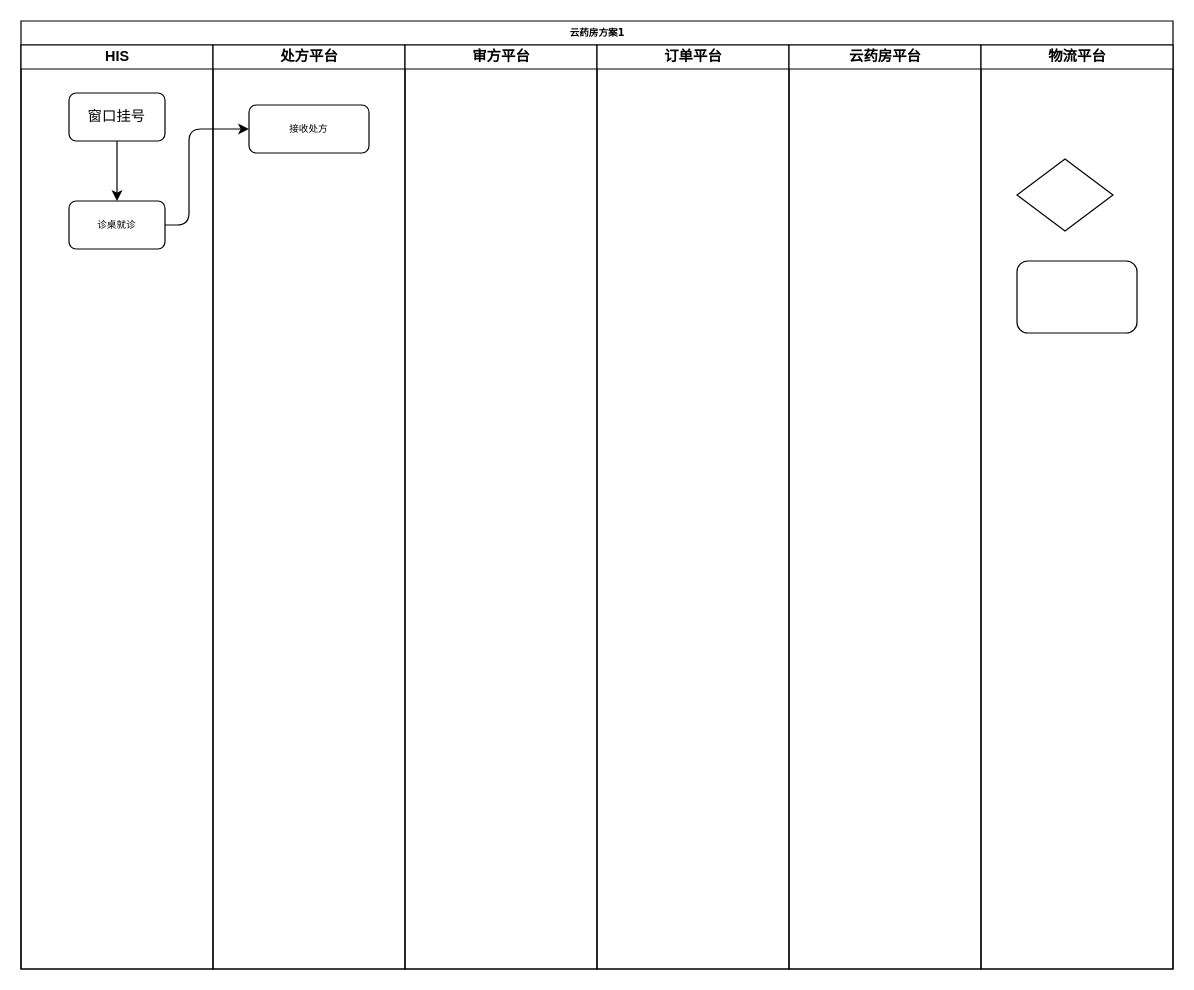
The draw.io diagram page "方案1" (1 of 6) of designChart/微医_流程图_云药房.drawio in cssyusyu/MyDesignDocument, before the edit. Source tidied: cells renumbered, new cells numbered last; positions are measured from the earlier drawing's top-left corner, leaving out a move shared by most shapes. Both pictures are drawn from the tidied source at 120%, with x=0, y=0 at pixel (20, 20).
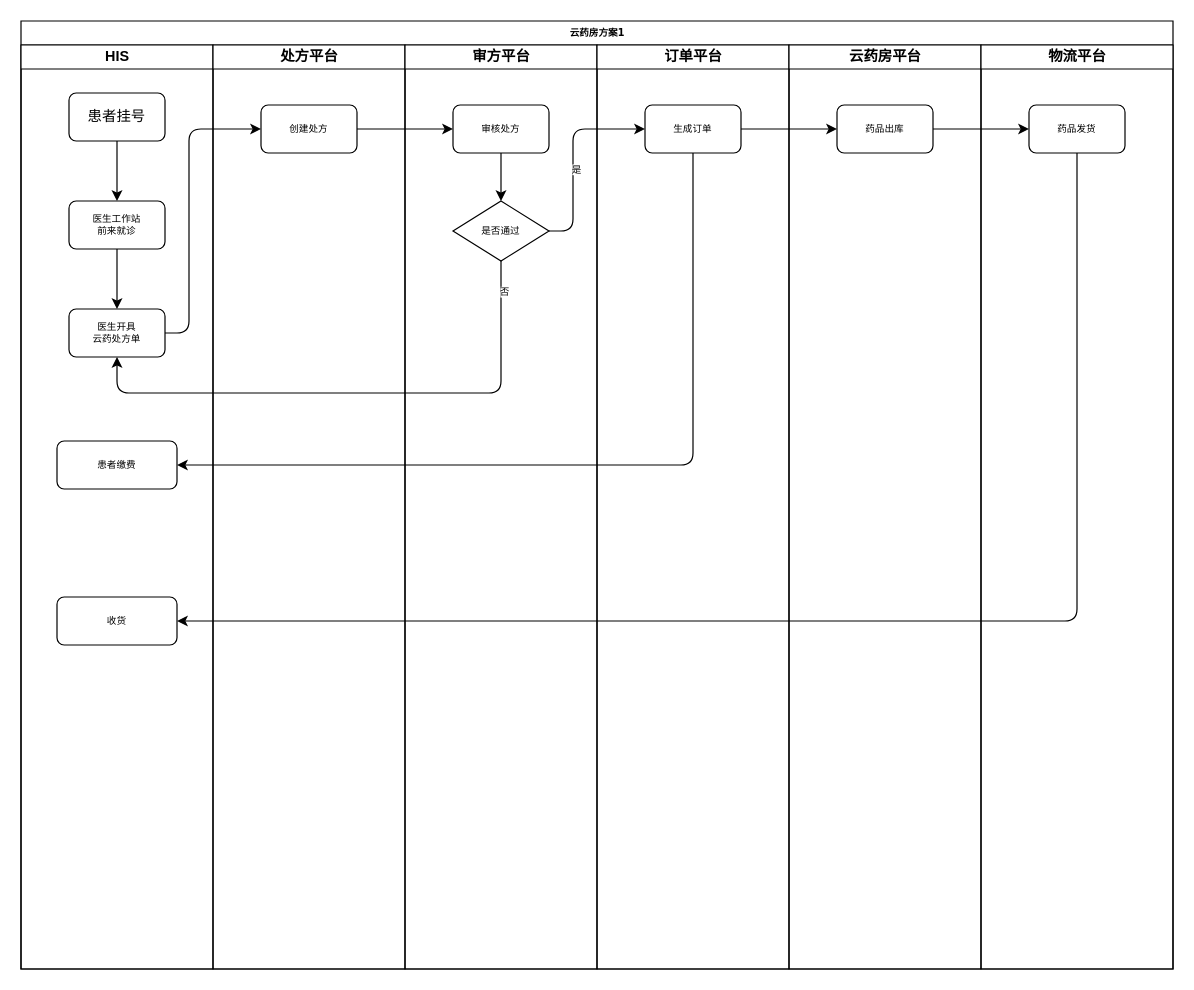
Above is the later version.

Unchanged cells that the change refers to:
```xml
<mxCell id="2" value="云药房方案1" style="swimlane;html=1;startSize=20;rounded=0;shadow=0;labelBackgroundColor=none;strokeWidth=1;fontFamily=Verdana;fontSize=8;align=center;" parent="1" vertex="1">
  <mxGeometry width="960" height="790" as="geometry" />
</mxCell>
<mxCell id="3" value="HIS" style="swimlane;html=1;startSize=20;" parent="2" vertex="1">
  <mxGeometry y="20" width="160" height="770" as="geometry" />
</mxCell>
<mxCell id="6" value="处方平台" style="swimlane;html=1;startSize=20;" parent="2" vertex="1">
  <mxGeometry x="160" y="20" width="160" height="770" as="geometry" />
</mxCell>
<mxCell id="8" value="审方平台" style="swimlane;html=1;startSize=20;" parent="2" vertex="1">
  <mxGeometry x="320" y="20" width="160" height="770" as="geometry" />
</mxCell>
<mxCell id="9" value="订单平台" style="swimlane;html=1;startSize=20;" parent="2" vertex="1">
  <mxGeometry x="480" y="20" width="160" height="770" as="geometry" />
</mxCell>
<mxCell id="10" value="云药房平台" style="swimlane;html=1;startSize=20;" parent="2" vertex="1">
  <mxGeometry x="640" y="20" width="160" height="770" as="geometry" />
</mxCell>
<mxCell id="11" value="物流平台" style="swimlane;html=1;startSize=20;" parent="2" vertex="1">
  <mxGeometry x="800" y="20" width="160" height="770" as="geometry" />
</mxCell>
```

Change to the diagram source:
```diff
@@
-    <mxCell id="4" value="&lt;font style=&quot;font-size: 12px&quot;&gt;窗口挂号&lt;/font&gt;" style="rounded=1;whiteSpace=wrap;html=1;shadow=0;labelBackgroundColor=none;strokeWidth=1;fontFamily=Verdana;fontSize=8;align=center;spacing=2;" parent="3" vertex="1">
+    <mxCell id="4" value="&lt;font style=&quot;font-size: 12px&quot;&gt;患者挂号&lt;/font&gt;" style="rounded=1;whiteSpace=wrap;html=1;shadow=0;labelBackgroundColor=none;strokeWidth=1;fontFamily=Verdana;fontSize=8;align=center;spacing=2;" parent="3" vertex="1">
       <mxGeometry x="40" y="40" width="80" height="40" as="geometry" />
     </mxCell>
-    <mxCell id="5" value="诊桌就诊" style="rounded=1;whiteSpace=wrap;html=1;shadow=0;labelBackgroundColor=none;strokeWidth=1;fontFamily=Verdana;fontSize=8;align=center;spacing=2;" parent="3" vertex="1">
+    <mxCell id="5" value="医生工作站&lt;br&gt;前来就诊" style="rounded=1;whiteSpace=wrap;html=1;shadow=0;labelBackgroundColor=none;strokeWidth=1;fontFamily=Verdana;fontSize=8;align=center;spacing=2;" parent="3" vertex="1">
       <mxGeometry x="40" y="130" width="80" height="40" as="geometry" />
     </mxCell>
+    <mxCell id="16" style="endArrow=classic;html=1;fontSize=8;fontColor=#000000;exitX=0.5;exitY=1;exitDx=0;exitDy=0;" parent="3" edge="1" source="5" target="19">
+      <mxGeometry relative="1" as="geometry" />
+    </mxCell>
+    <mxCell id="17" value="患者缴费" style="rounded=1;whiteSpace=wrap;html=1;shadow=0;labelBackgroundColor=none;strokeWidth=1;fontFamily=Verdana;fontSize=8;align=center;spacing=2;" parent="3" vertex="1">
+      <mxGeometry x="30" y="330" width="100" height="40" as="geometry" />
+    </mxCell>
+    <mxCell id="18" value="收货" style="rounded=1;whiteSpace=wrap;html=1;shadow=0;labelBackgroundColor=none;strokeWidth=1;fontFamily=Verdana;fontSize=8;align=center;spacing=2;" parent="3" vertex="1">
+      <mxGeometry x="30" y="460" width="100" height="40" as="geometry" />
+    </mxCell>
+    <mxCell id="19" value="医生开具&lt;br&gt;云药处方单" style="rounded=1;whiteSpace=wrap;html=1;shadow=0;labelBackgroundColor=none;strokeWidth=1;fontFamily=Verdana;fontSize=8;align=center;spacing=2;" parent="3" vertex="1">
+      <mxGeometry x="40" y="220" width="80" height="40" as="geometry" />
+    </mxCell>
@@
-    <mxCell id="7" value="接收处方" style="rounded=1;whiteSpace=wrap;html=1;shadow=0;labelBackgroundColor=none;strokeWidth=1;fontFamily=Verdana;fontSize=8;align=center;spacing=2;" parent="6" vertex="1">
-      <mxGeometry x="30" y="50" width="100" height="40" as="geometry" />
+    <mxCell id="7" value="创建处方" style="rounded=1;whiteSpace=wrap;html=1;shadow=0;labelBackgroundColor=none;strokeWidth=1;fontFamily=Verdana;fontSize=8;align=center;spacing=2;" parent="6" vertex="1">
+      <mxGeometry x="40" y="50" width="80" height="40" as="geometry" />
     </mxCell>
@@
+    <mxCell id="20" value="审核处方" style="rounded=1;whiteSpace=wrap;html=1;shadow=0;labelBackgroundColor=none;strokeWidth=1;fontFamily=Verdana;fontSize=8;align=center;spacing=2;" parent="8" vertex="1">
+      <mxGeometry x="40" y="50" width="80" height="40" as="geometry" />
+    </mxCell>
+    <mxCell id="21" value="是否通过" style="rhombus;whiteSpace=wrap;html=1;rounded=0;shadow=0;labelBackgroundColor=none;strokeWidth=1;fontFamily=Verdana;fontSize=8;align=center;" parent="8" vertex="1">
+      <mxGeometry x="40" y="130" width="80" height="50" as="geometry" />
+    </mxCell>
+    <mxCell id="22" style="endArrow=classic;html=1;fontSize=8;fontColor=#000000;exitX=0.5;exitY=1;exitDx=0;exitDy=0;entryX=0.5;entryY=0;entryDx=0;entryDy=0;" parent="8" edge="1" source="20" target="21">
+      <mxGeometry relative="1" as="geometry" />
+    </mxCell>
@@
+    <mxCell id="23" value="生成订单" style="rounded=1;whiteSpace=wrap;html=1;shadow=0;labelBackgroundColor=none;strokeWidth=1;fontFamily=Verdana;fontSize=8;align=center;spacing=2;" parent="9" vertex="1">
+      <mxGeometry x="40" y="50" width="80" height="40" as="geometry" />
+    </mxCell>
@@
+    <mxCell id="24" value="药品出库" style="rounded=1;whiteSpace=wrap;html=1;shadow=0;labelBackgroundColor=none;strokeWidth=1;fontFamily=Verdana;fontSize=8;align=center;spacing=2;" parent="10" vertex="1">
+      <mxGeometry x="40" y="50" width="80" height="40" as="geometry" />
+    </mxCell>
@@
-    <mxCell id="12" style="rounded=1;whiteSpace=wrap;html=1;shadow=0;labelBackgroundColor=none;strokeWidth=1;fontFamily=Verdana;fontSize=8;align=center;" parent="11" vertex="1">
-      <mxGeometry x="30" y="180" width="100" height="60" as="geometry" />
-    </mxCell>
-    <mxCell id="13" style="rhombus;whiteSpace=wrap;html=1;rounded=0;shadow=0;labelBackgroundColor=none;strokeWidth=1;fontFamily=Verdana;fontSize=8;align=center;" parent="11" vertex="1">
-      <mxGeometry x="30" y="95" width="80" height="60" as="geometry" />
-    </mxCell>
+    <mxCell id="25" value="药品发货" style="rounded=1;whiteSpace=wrap;html=1;shadow=0;labelBackgroundColor=none;strokeWidth=1;fontFamily=Verdana;fontSize=8;align=center;spacing=2;" parent="11" vertex="1">
+      <mxGeometry x="40" y="50" width="80" height="40" as="geometry" />
+    </mxCell>
-    <mxCell id="14" style="endArrow=classic;html=1;fontSize=8;fontColor=#000000;exitX=1;exitY=0.5;exitDx=0;exitDy=0;entryX=0;entryY=0.5;entryDx=0;entryDy=0;edgeStyle=orthogonalEdgeStyle;" parent="2" edge="1" source="5" target="7">
+    <mxCell id="14" style="endArrow=classic;html=1;fontSize=8;fontColor=#000000;exitX=1;exitY=0.5;exitDx=0;exitDy=0;entryX=0;entryY=0.5;entryDx=0;entryDy=0;edgeStyle=orthogonalEdgeStyle;" parent="2" edge="1" source="19" target="7">
       <mxGeometry relative="1" as="geometry">
         <Array as="points">
-          <mxPoint x="140" y="170" />
+          <mxPoint x="140" y="260" />
           <mxPoint x="140" y="90" />
         </Array>
       </mxGeometry>
     </mxCell>
+    <mxCell id="26" style="endArrow=classic;html=1;fontSize=8;fontColor=#000000;exitX=1;exitY=0.5;exitDx=0;exitDy=0;entryX=0;entryY=0.5;entryDx=0;entryDy=0;" parent="2" edge="1" source="7" target="20">
+      <mxGeometry relative="1" as="geometry" />
+    </mxCell>
+    <mxCell id="27" style="endArrow=classic;html=1;fontSize=8;fontColor=#000000;exitX=1;exitY=0.5;exitDx=0;exitDy=0;entryX=0;entryY=0.5;entryDx=0;entryDy=0;edgeStyle=orthogonalEdgeStyle;" parent="2" edge="1" source="21" target="23">
+      <mxGeometry relative="1" as="geometry">
+        <Array as="points">
+          <mxPoint x="460" y="175" />
+          <mxPoint x="460" y="90" />
+        </Array>
+      </mxGeometry>
+    </mxCell>
+    <mxCell id="28" value="是" style="edgeLabel;html=1;align=center;verticalAlign=middle;fontSize=8;fontColor=#000000;" parent="27" vertex="1">
+      <mxGeometry x="-0.13" y="-2" relative="1" as="geometry" />
+    </mxCell>
+    <mxCell id="29" style="endArrow=classic;html=1;fontSize=8;fontColor=#000000;exitX=1;exitY=0.5;exitDx=0;exitDy=0;" parent="2" edge="1" source="23" target="24">
+      <mxGeometry relative="1" as="geometry" />
+    </mxCell>
+    <mxCell id="30" style="endArrow=classic;html=1;fontSize=8;fontColor=#000000;exitX=1;exitY=0.5;exitDx=0;exitDy=0;entryX=0;entryY=0.5;entryDx=0;entryDy=0;" parent="2" edge="1" source="24" target="25">
+      <mxGeometry relative="1" as="geometry" />
+    </mxCell>
+    <mxCell id="31" style="endArrow=classic;html=1;fontSize=8;fontColor=#000000;entryX=0.5;entryY=1;entryDx=0;entryDy=0;exitX=0.5;exitY=1;exitDx=0;exitDy=0;edgeStyle=orthogonalEdgeStyle;" parent="2" edge="1" source="21" target="19">
+      <mxGeometry relative="1" as="geometry">
+        <Array as="points">
+          <mxPoint x="400" y="310" />
+          <mxPoint x="80" y="310" />
+        </Array>
+      </mxGeometry>
+    </mxCell>
+    <mxCell id="32" value="否" style="edgeLabel;html=1;align=center;verticalAlign=middle;fontSize=8;fontColor=#000000;" parent="31" vertex="1">
+      <mxGeometry x="-0.89" y="2" relative="1" as="geometry" />
+    </mxCell>
+    <mxCell id="33" style="endArrow=classic;html=1;fontSize=8;fontColor=#000000;exitX=0.5;exitY=1;exitDx=0;exitDy=0;entryX=1;entryY=0.5;entryDx=0;entryDy=0;edgeStyle=orthogonalEdgeStyle;" parent="2" edge="1" source="23" target="17">
+      <mxGeometry relative="1" as="geometry" />
+    </mxCell>
+    <mxCell id="34" style="endArrow=classic;html=1;fontSize=8;fontColor=#000000;entryX=1;entryY=0.5;entryDx=0;entryDy=0;exitX=0.5;exitY=1;exitDx=0;exitDy=0;edgeStyle=orthogonalEdgeStyle;" parent="2" edge="1" source="25" target="18">
+      <mxGeometry relative="1" as="geometry" />
+    </mxCell>
```
